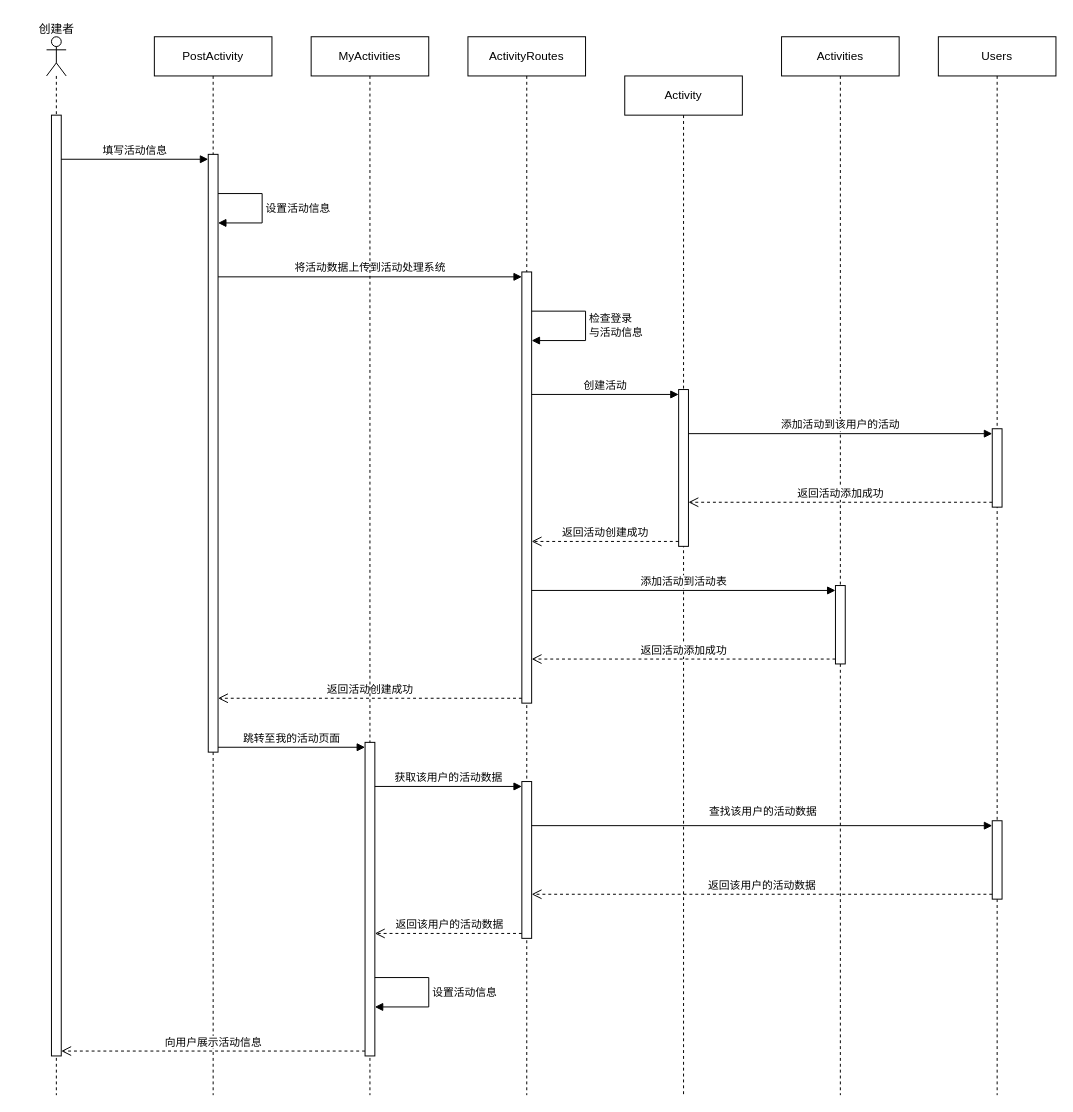
Yishanka/Soda keeps this draw.io diagram as docs/create_UML_sequence.drawio. Above is the earlier version. Source tidied: cells renumbered, new cells numbered last; positions are measured from the earlier drawing's top-left corner, leaving out a move shared by most shapes. Both pictures are drawn from the tidied source at 98%, with x=0, y=0 at pixel (17, 17).
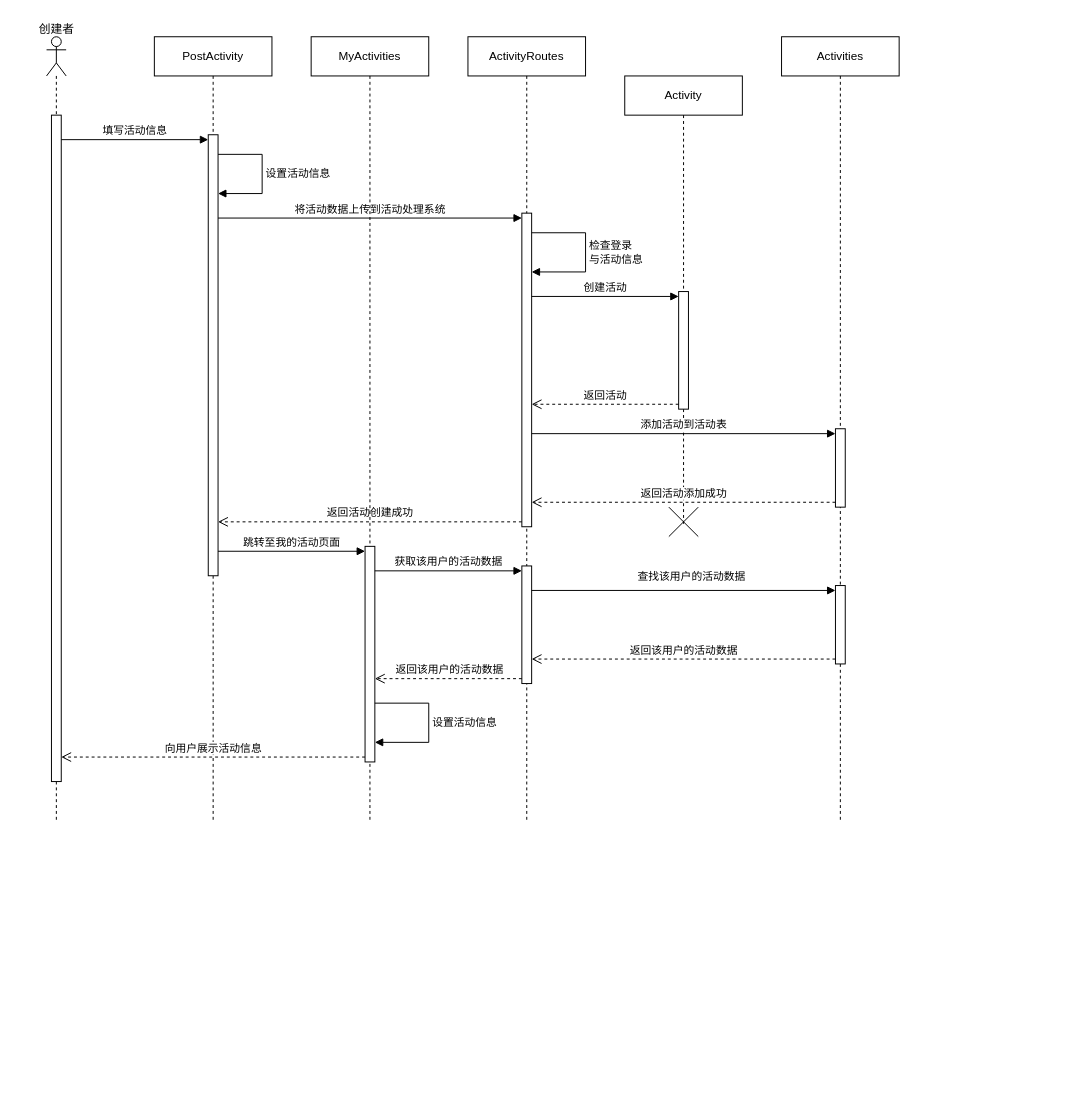
After the change.

What changed in the source:
```diff
@@
     <mxCell id="2" style="shape=umlLifeline;perimeter=lifelinePerimeter;whiteSpace=wrap;html=1;newEdgeStyle={&quot;curved&quot;:0,&quot;rounded&quot;:0};participant=umlActor;" parent="1" vertex="1">
-      <mxGeometry x="30" y="20" width="20" height="1080" as="geometry" />
+      <mxGeometry x="30" y="20" width="20" height="800" as="geometry" />
     </mxCell>
     <mxCell id="3" style="html=1;points=[[0,0,0,0,5],[0,1,0,0,-5],[1,0,0,0,5],[1,1,0,0,-5]];perimeter=orthogonalPerimeter;outlineConnect=0;targetShapes=umlLifeline;portConstraint=eastwest;newEdgeStyle={&quot;curved&quot;:0,&quot;rounded&quot;:0};" parent="2" vertex="1">
-      <mxGeometry x="5" y="80" width="10" height="960" as="geometry" />
+      <mxGeometry x="5" y="80" width="10" height="680" as="geometry" />
     </mxCell>
@@
     <mxCell id="5" value="PostActivity" style="shape=umlLifeline;perimeter=lifelinePerimeter;whiteSpace=wrap;html=1;newEdgeStyle={&quot;curved&quot;:0,&quot;rounded&quot;:0};" parent="1" vertex="1">
-      <mxGeometry x="140" y="20" width="120" height="1080" as="geometry" />
+      <mxGeometry x="140" y="20" width="120" height="800" as="geometry" />
     </mxCell>
     <mxCell id="6" style="html=1;points=[[0,0,0,0,5],[0,1,0,0,-5],[1,0,0,0,5],[1,1,0,0,-5]];perimeter=orthogonalPerimeter;outlineConnect=0;targetShapes=umlLifeline;portConstraint=eastwest;newEdgeStyle={&quot;curved&quot;:0,&quot;rounded&quot;:0};" parent="5" vertex="1">
-      <mxGeometry x="55" y="120" width="10" height="610" as="geometry" />
+      <mxGeometry x="55" y="100" width="10" height="450" as="geometry" />
     </mxCell>
     <mxCell id="7" value="设置活动信息" style="html=1;align=left;spacingLeft=2;endArrow=block;rounded=0;edgeStyle=orthogonalEdgeStyle;curved=0;rounded=0;" parent="5" edge="1" source="6" target="6">
       <mxGeometry relative="1" as="geometry">
         <Array as="points">
+          <mxPoint x="110" y="120" />
           <mxPoint x="110" y="160" />
-          <mxPoint x="110" y="190" />
         </Array>
       </mxGeometry>
     </mxCell>
     <mxCell id="8" value="ActivityRoutes" style="shape=umlLifeline;perimeter=lifelinePerimeter;whiteSpace=wrap;html=1;newEdgeStyle={&quot;curved&quot;:0,&quot;rounded&quot;:0};" parent="1" vertex="1">
-      <mxGeometry x="460" y="20" width="120" height="1080" as="geometry" />
+      <mxGeometry x="460" y="20" width="120" height="800" as="geometry" />
     </mxCell>
     <mxCell id="9" style="html=1;points=[[0,0,0,0,5],[0,1,0,0,-5],[1,0,0,0,5],[1,1,0,0,-5]];perimeter=orthogonalPerimeter;outlineConnect=0;targetShapes=umlLifeline;portConstraint=eastwest;newEdgeStyle={&quot;curved&quot;:0,&quot;rounded&quot;:0};" parent="8" vertex="1">
-      <mxGeometry x="55" y="240" width="10" height="440" as="geometry" />
+      <mxGeometry x="55" y="180" width="10" height="320" as="geometry" />
     </mxCell>
     <mxCell id="10" value="检查登录&lt;div&gt;与活动信息&lt;/div&gt;" style="html=1;align=left;spacingLeft=2;endArrow=block;rounded=0;edgeStyle=orthogonalEdgeStyle;curved=0;rounded=0;" parent="8" edge="1" source="9" target="9">
       <mxGeometry relative="1" as="geometry">
         <Array as="points">
-          <mxPoint x="120" y="280" />
-          <mxPoint x="120" y="310" />
+          <mxPoint x="120" y="200" />
+          <mxPoint x="120" y="240" />
         </Array>
       </mxGeometry>
     </mxCell>
     <mxCell id="11" style="html=1;points=[[0,0,0,0,5],[0,1,0,0,-5],[1,0,0,0,5],[1,1,0,0,-5]];perimeter=orthogonalPerimeter;outlineConnect=0;targetShapes=umlLifeline;portConstraint=eastwest;newEdgeStyle={&quot;curved&quot;:0,&quot;rounded&quot;:0};" parent="8" vertex="1">
-      <mxGeometry x="55" y="760" width="10" height="160" as="geometry" />
+      <mxGeometry x="55" y="540" width="10" height="120" as="geometry" />
     </mxCell>
     <mxCell id="12" value="Activity" style="shape=umlLifeline;perimeter=lifelinePerimeter;whiteSpace=wrap;html=1;newEdgeStyle={&quot;curved&quot;:0,&quot;rounded&quot;:0};" parent="1" vertex="1">
-      <mxGeometry x="620" y="60" width="120" height="1040" as="geometry" />
+      <mxGeometry x="620" y="60" width="120" height="460" as="geometry" />
     </mxCell>
     <mxCell id="13" style="html=1;points=[[0,0,0,0,5],[0,1,0,0,-5],[1,0,0,0,5],[1,1,0,0,-5]];perimeter=orthogonalPerimeter;outlineConnect=0;targetShapes=umlLifeline;portConstraint=eastwest;newEdgeStyle={&quot;curved&quot;:0,&quot;rounded&quot;:0};" parent="12" vertex="1">
-      <mxGeometry x="55" y="320" width="10" height="160" as="geometry" />
+      <mxGeometry x="55" y="220" width="10" height="120" as="geometry" />
     </mxCell>
     <mxCell id="14" value="Activities" style="shape=umlLifeline;perimeter=lifelinePerimeter;whiteSpace=wrap;html=1;newEdgeStyle={&quot;curved&quot;:0,&quot;rounded&quot;:0};" parent="1" vertex="1">
-      <mxGeometry x="780" y="20" width="120" height="1080" as="geometry" />
+      <mxGeometry x="780" y="20" width="120" height="800" as="geometry" />
     </mxCell>
     <mxCell id="15" style="html=1;points=[[0,0,0,0,5],[0,1,0,0,-5],[1,0,0,0,5],[1,1,0,0,-5]];perimeter=orthogonalPerimeter;outlineConnect=0;targetShapes=umlLifeline;portConstraint=eastwest;newEdgeStyle={&quot;curved&quot;:0,&quot;rounded&quot;:0};" parent="14" vertex="1">
-      <mxGeometry x="55" y="560" width="10" height="80" as="geometry" />
+      <mxGeometry x="55" y="400" width="10" height="80" as="geometry" />
     </mxCell>
+    <mxCell id="29" style="html=1;points=[[0,0,0,0,5],[0,1,0,0,-5],[1,0,0,0,5],[1,1,0,0,-5]];perimeter=orthogonalPerimeter;outlineConnect=0;targetShapes=umlLifeline;portConstraint=eastwest;newEdgeStyle={&quot;curved&quot;:0,&quot;rounded&quot;:0};" parent="14" vertex="1">
+      <mxGeometry x="55" y="560" width="10" height="80" as="geometry" />
+    </mxCell>
@@
-    <mxCell id="20" value="返回活动创建成功" style="html=1;verticalAlign=bottom;endArrow=open;dashed=1;endSize=8;curved=0;rounded=0;exitX=0;exitY=1;exitDx=0;exitDy=-5;" parent="1" edge="1" source="13" target="9">
+    <mxCell id="20" value="返回活动" style="html=1;verticalAlign=bottom;endArrow=open;dashed=1;endSize=8;curved=0;rounded=0;exitX=0;exitY=1;exitDx=0;exitDy=-5;" parent="1" edge="1" source="13" target="9">
       <mxGeometry relative="1" as="geometry" />
     </mxCell>
@@
     <mxCell id="25" value="MyActivities" style="shape=umlLifeline;perimeter=lifelinePerimeter;whiteSpace=wrap;html=1;newEdgeStyle={&quot;curved&quot;:0,&quot;rounded&quot;:0};" parent="1" vertex="1">
-      <mxGeometry x="300" y="20" width="120" height="1080" as="geometry" />
+      <mxGeometry x="300" y="20" width="120" height="800" as="geometry" />
     </mxCell>
     <mxCell id="26" style="html=1;points=[[0,0,0,0,5],[0,1,0,0,-5],[1,0,0,0,5],[1,1,0,0,-5]];perimeter=orthogonalPerimeter;outlineConnect=0;targetShapes=umlLifeline;portConstraint=eastwest;newEdgeStyle={&quot;curved&quot;:0,&quot;rounded&quot;:0};" parent="25" vertex="1">
-      <mxGeometry x="55" y="720" width="10" height="320" as="geometry" />
+      <mxGeometry x="55" y="520" width="10" height="220" as="geometry" />
     </mxCell>
     <mxCell id="27" value="设置活动信息" style="html=1;align=left;spacingLeft=2;endArrow=block;rounded=0;edgeStyle=orthogonalEdgeStyle;curved=0;rounded=0;" parent="25" edge="1" source="26" target="26">
       <mxGeometry relative="1" as="geometry">
         <Array as="points">
-          <mxPoint x="120" y="960" />
-          <mxPoint x="120" y="990" />
+          <mxPoint x="120" y="680" />
+          <mxPoint x="120" y="720" />
         </Array>
       </mxGeometry>
     </mxCell>
-    <mxCell id="28" value="Users" style="shape=umlLifeline;perimeter=lifelinePerimeter;whiteSpace=wrap;html=1;newEdgeStyle={&quot;curved&quot;:0,&quot;rounded&quot;:0};" parent="1" vertex="1">
-      <mxGeometry x="940" y="20" width="120" height="1080" as="geometry" />
-    </mxCell>
-    <mxCell id="29" style="html=1;points=[[0,0,0,0,5],[0,1,0,0,-5],[1,0,0,0,5],[1,1,0,0,-5]];perimeter=orthogonalPerimeter;outlineConnect=0;targetShapes=umlLifeline;portConstraint=eastwest;newEdgeStyle={&quot;curved&quot;:0,&quot;rounded&quot;:0};" parent="28" vertex="1">
-      <mxGeometry x="55" y="800" width="10" height="80" as="geometry" />
-    </mxCell>
-    <mxCell id="30" style="html=1;points=[[0,0,0,0,5],[0,1,0,0,-5],[1,0,0,0,5],[1,1,0,0,-5]];perimeter=orthogonalPerimeter;outlineConnect=0;targetShapes=umlLifeline;portConstraint=eastwest;newEdgeStyle={&quot;curved&quot;:0,&quot;rounded&quot;:0};" parent="28" vertex="1">
-      <mxGeometry x="55" y="400" width="10" height="80" as="geometry" />
-    </mxCell>
@@
-    <mxCell id="36" value="添加活动到该用户的活动" style="html=1;verticalAlign=bottom;endArrow=block;curved=0;rounded=0;entryX=0;entryY=0;entryDx=0;entryDy=5;" parent="1" edge="1" source="13" target="30">
-      <mxGeometry relative="1" as="geometry" />
-    </mxCell>
-    <mxCell id="37" value="返回活动添加成功" style="html=1;verticalAlign=bottom;endArrow=open;dashed=1;endSize=8;curved=0;rounded=0;exitX=0;exitY=1;exitDx=0;exitDy=-5;" parent="1" edge="1" source="30" target="13">
-      <mxGeometry relative="1" as="geometry" />
-    </mxCell>
+    <mxCell id="38" style="shape=umlDestroy;html=1;" parent="1" vertex="1">
+      <mxGeometry x="665" y="500" width="30" height="30" as="geometry" />
+    </mxCell>
```
